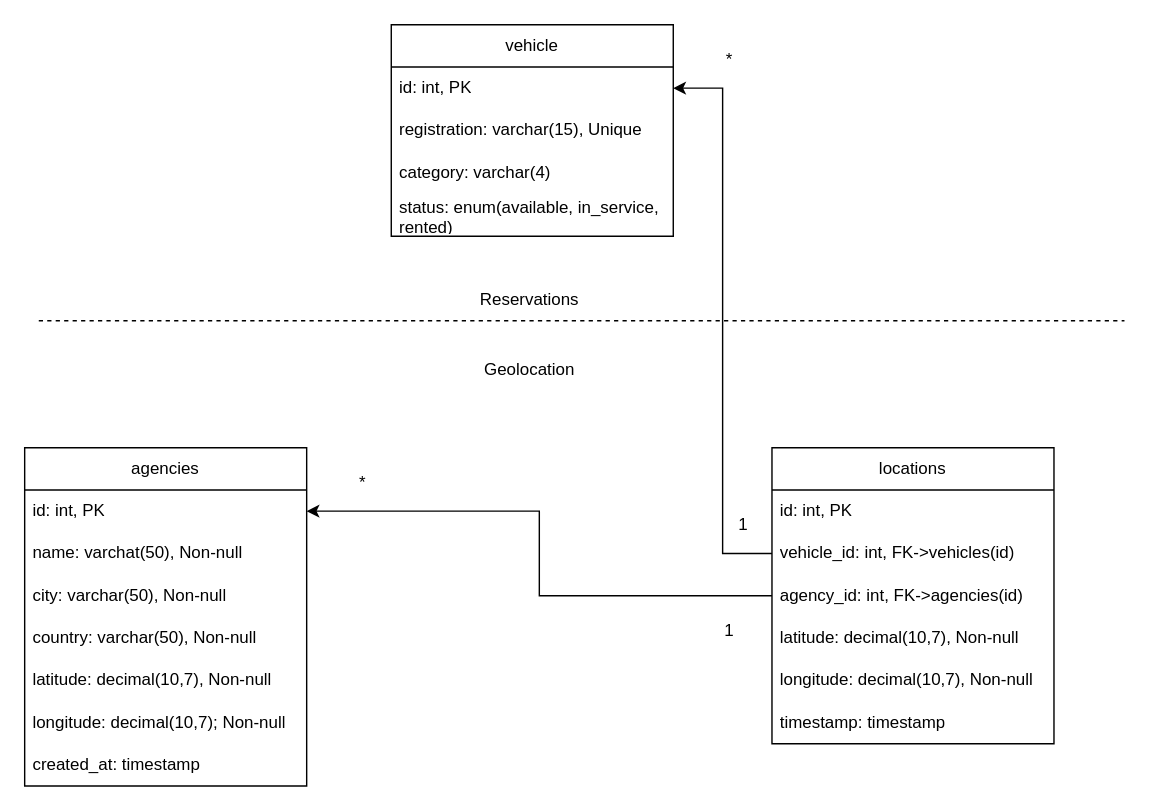
This is MS_goelocations.drawio from TBERT31/P13-YourCarYourWay_MessageApp_JavaAngular, a draw.io file, before an edit. Source tidied: cells renumbered, new cells numbered last; positions are measured from the earlier drawing's top-left corner, leaving out a move shared by most shapes. Both pictures are drawn from the tidied source at 141%, with x=0, y=0 at pixel (24, 24).
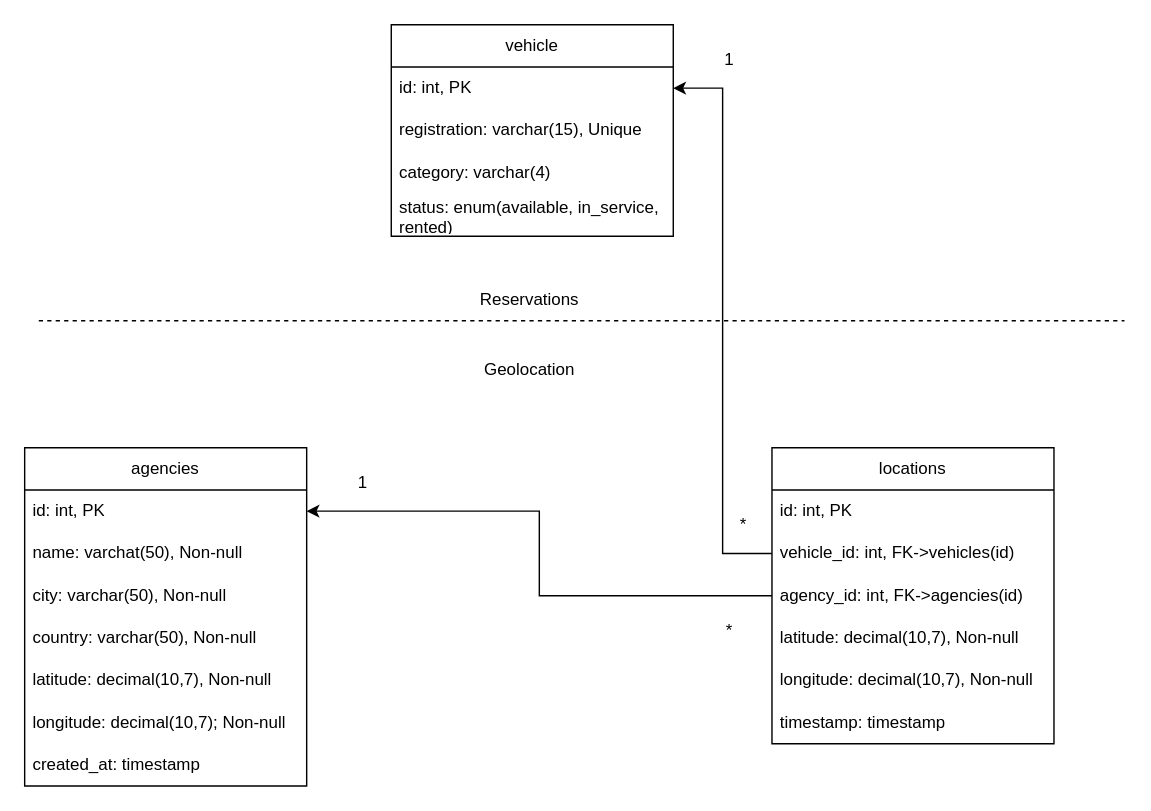
After the change.

Commit message:
Mettre à jour MS_goelocations.drawio

What changed in the source:
```diff
@@
-    <mxCell id="27" value="1" style="text;html=1;align=center;verticalAlign=middle;whiteSpace=wrap;rounded=0;" parent="1" vertex="1">
+    <mxCell id="27" value="*" style="text;html=1;align=center;verticalAlign=middle;whiteSpace=wrap;rounded=0;" parent="1" vertex="1">
       <mxGeometry x="480" y="340" width="60" height="30" as="geometry" />
     </mxCell>
-    <mxCell id="28" value="*" style="text;html=1;align=center;verticalAlign=middle;whiteSpace=wrap;rounded=0;" parent="1" vertex="1">
+    <mxCell id="28" value="1" style="text;html=1;align=center;verticalAlign=middle;whiteSpace=wrap;rounded=0;" parent="1" vertex="1">
       <mxGeometry x="470" y="10" width="60" height="30" as="geometry" />
     </mxCell>
-    <mxCell id="29" value="*" style="text;html=1;align=center;verticalAlign=middle;whiteSpace=wrap;rounded=0;" parent="1" vertex="1">
+    <mxCell id="29" value="1" style="text;html=1;align=center;verticalAlign=middle;whiteSpace=wrap;rounded=0;" parent="1" vertex="1">
       <mxGeometry x="210" y="310" width="60" height="30" as="geometry" />
     </mxCell>
-    <mxCell id="30" value="1" style="text;html=1;align=center;verticalAlign=middle;whiteSpace=wrap;rounded=0;" parent="1" vertex="1">
+    <mxCell id="30" value="*" style="text;html=1;align=center;verticalAlign=middle;whiteSpace=wrap;rounded=0;" parent="1" vertex="1">
       <mxGeometry x="470" y="415" width="60" height="30" as="geometry" />
     </mxCell>
```
